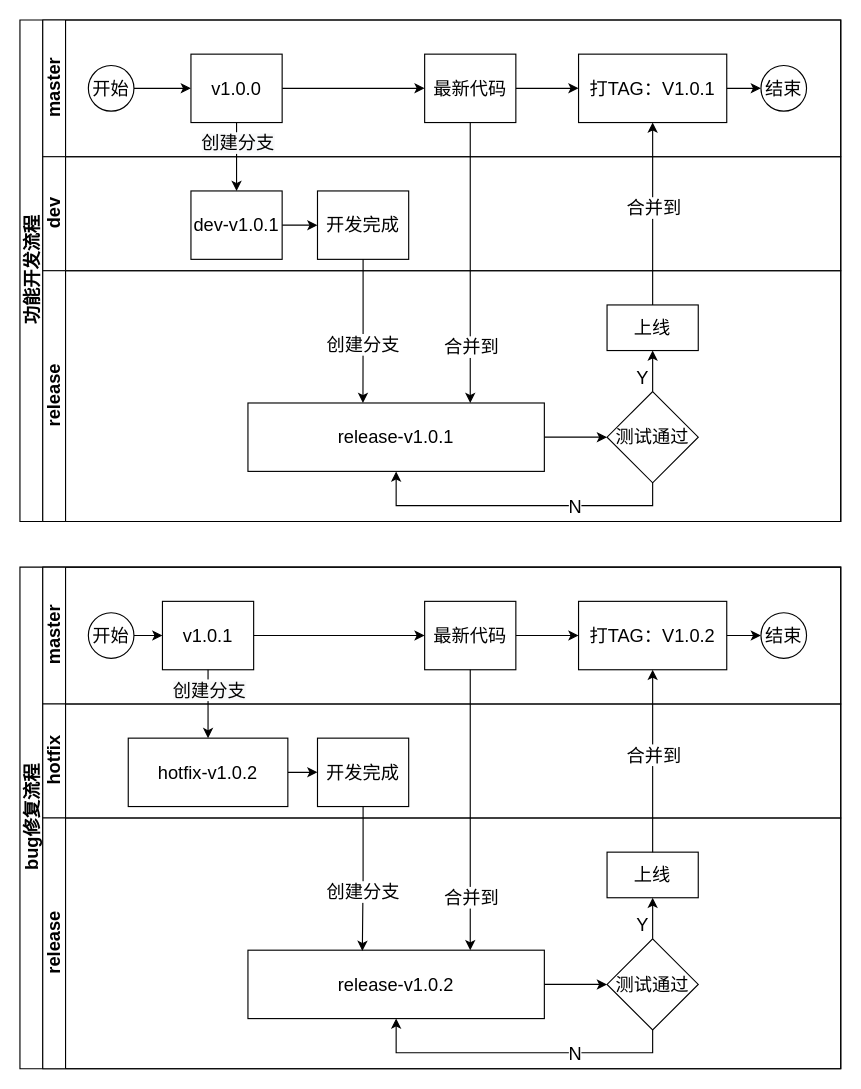
Before: page "git分支使用规范" (1 of 4) of 研发规范.drawio in aspojo/diagrams, a draw.io diagram. Source tidied: cells renumbered, new cells numbered last; positions are measured from the earlier drawing's top-left corner, leaving out a move shared by most shapes. Both pictures are drawn from the tidied source at 114%, with x=0, y=0 at pixel (19, 19).
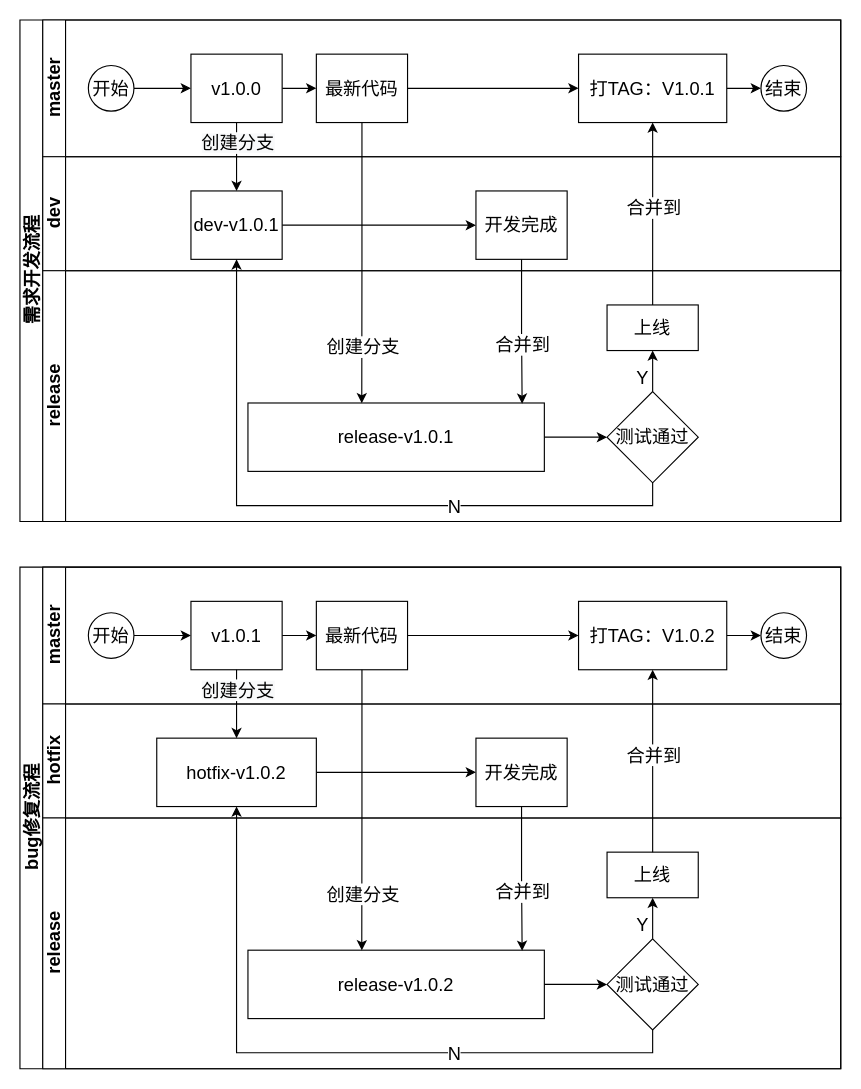
Above is the later version.

The change refers to these unchanged cells:
```xml
<mxCell id="3" value="master" style="swimlane;html=1;startSize=20;horizontal=0;fontSize=16;" parent="2" vertex="1">
  <mxGeometry x="20" width="700" height="120" as="geometry" />
</mxCell>
<mxCell id="13" value="dev" style="swimlane;html=1;startSize=20;horizontal=0;fontSize=16;" parent="2" vertex="1">
  <mxGeometry x="20" y="120" width="700" height="100" as="geometry" />
</mxCell>
<mxCell id="15" value="dev-v1.0.1" style="rounded=0;whiteSpace=wrap;html=1;fontFamily=Helvetica;fontSize=16;fontColor=#000000;align=center;" parent="13" vertex="1">
  <mxGeometry x="130" y="30" width="80" height="60" as="geometry" />
</mxCell>
<mxCell id="17" value="release" style="swimlane;html=1;startSize=20;horizontal=0;fontSize=16;" parent="2" vertex="1">
  <mxGeometry x="20" y="220" width="700" height="220" as="geometry" />
</mxCell>
<mxCell id="18" value="release-v1.0.1" style="rounded=0;whiteSpace=wrap;html=1;fontFamily=Helvetica;fontSize=16;fontColor=#000000;align=center;" parent="17" vertex="1">
  <mxGeometry x="180" y="116" width="260" height="60" as="geometry" />
</mxCell>
<mxCell id="19" value="测试通过" style="rhombus;whiteSpace=wrap;html=1;fontColor=#000000;rounded=0;fontSize=16;" parent="17" vertex="1">
  <mxGeometry x="495" y="106" width="80" height="80" as="geometry" />
</mxCell>
<mxCell id="34" value="bug修复流程" style="swimlane;html=1;horizontal=0;startSize=20;fontSize=16;" parent="1" vertex="1">
  <mxGeometry y="480" width="720" height="440" as="geometry" />
</mxCell>
<mxCell id="35" value="master" style="swimlane;html=1;startSize=20;horizontal=0;fontSize=16;" parent="34" vertex="1">
  <mxGeometry x="20" width="700" height="120" as="geometry" />
</mxCell>
<mxCell id="45" value="hotfix" style="swimlane;html=1;startSize=20;horizontal=0;fontSize=16;" parent="34" vertex="1">
  <mxGeometry x="20" y="120" width="700" height="100" as="geometry" />
</mxCell>
<mxCell id="49" value="release" style="swimlane;html=1;startSize=20;horizontal=0;fontSize=16;" parent="34" vertex="1">
  <mxGeometry x="20" y="220" width="700" height="220" as="geometry" />
</mxCell>
<mxCell id="50" value="release-v1.0.2" style="rounded=0;whiteSpace=wrap;html=1;fontFamily=Helvetica;fontSize=16;fontColor=#000000;align=center;" parent="49" vertex="1">
  <mxGeometry x="180" y="116" width="260" height="60" as="geometry" />
</mxCell>
<mxCell id="51" value="测试通过" style="rhombus;whiteSpace=wrap;html=1;fontColor=#000000;rounded=0;fontSize=16;" parent="49" vertex="1">
  <mxGeometry x="495" y="106" width="80" height="80" as="geometry" />
</mxCell>
```

What changed in the source:
```diff
@@
-    <mxCell id="2" value="功能开发流程" style="swimlane;html=1;horizontal=0;startSize=20;fontSize=16;" parent="1" vertex="1">
+    <mxCell id="2" value="需求开发流程" style="swimlane;html=1;horizontal=0;startSize=20;fontSize=16;" parent="1" vertex="1">
       <mxGeometry width="720" height="440" as="geometry" />
     </mxCell>
@@
     <mxCell id="12" value="最新代码" style="rounded=0;whiteSpace=wrap;html=1;fontFamily=Helvetica;fontSize=16;fontColor=#000000;align=center;" parent="3" vertex="1">
-      <mxGeometry x="335" y="30" width="80" height="60" as="geometry" />
+      <mxGeometry x="240" y="30" width="80" height="60" as="geometry" />
     </mxCell>
@@
     <mxCell id="16" value="开发完成" style="rounded=0;whiteSpace=wrap;html=1;fontFamily=Helvetica;fontSize=16;fontColor=#000000;align=center;" parent="13" vertex="1">
-      <mxGeometry x="241" y="30" width="80" height="60" as="geometry" />
+      <mxGeometry x="380" y="30" width="80" height="60" as="geometry" />
     </mxCell>
@@
-    <mxCell id="21" style="edgeStyle=orthogonalEdgeStyle;rounded=0;jettySize=auto;html=1;entryX=0.5;entryY=1;entryDx=0;entryDy=0;exitX=0.5;exitY=1;exitDx=0;exitDy=0;fontSize=16;" parent="17" edge="1" source="19" target="18">
-      <mxGeometry relative="1" as="geometry" />
-    </mxCell>
-    <mxCell id="22" value="N" style="edgeLabel;html=1;align=center;verticalAlign=middle;fontSize=16;" parent="21" vertex="1">
-      <mxGeometry x="-0.35" relative="1" as="geometry" />
-    </mxCell>
@@
-    <mxCell id="28" style="edgeStyle=orthogonalEdgeStyle;rounded=0;jettySize=auto;html=1;fontSize=16;exitX=0.5;exitY=1;exitDx=0;exitDy=0;entryX=0.388;entryY=0;entryDx=0;entryDy=0;entryPerimeter=0;" parent="2" edge="1" source="16" target="18">
+    <mxCell id="28" style="edgeStyle=orthogonalEdgeStyle;rounded=0;jettySize=auto;html=1;fontSize=16;exitX=0.5;exitY=1;exitDx=0;exitDy=0;entryX=0.925;entryY=0.01;entryDx=0;entryDy=0;entryPerimeter=0;" parent="2" edge="1" source="16" target="18">
       <mxGeometry relative="1" as="geometry" />
     </mxCell>
-    <mxCell id="29" value="创建分支" style="edgeLabel;html=1;align=center;verticalAlign=middle;fontSize=16;" parent="28" vertex="1">
+    <mxCell id="29" value="合并到" style="edgeLabel;html=1;align=center;verticalAlign=middle;fontSize=16;" parent="28" vertex="1">
       <mxGeometry x="0.23" relative="1" as="geometry">
         <mxPoint y="-3" as="offset" />
       </mxGeometry>
     </mxCell>
-    <mxCell id="30" style="edgeStyle=orthogonalEdgeStyle;rounded=0;jettySize=auto;html=1;fontSize=16;entryX=0.75;entryY=0;entryDx=0;entryDy=0;" parent="2" edge="1" source="12" target="18">
+    <mxCell id="30" style="edgeStyle=orthogonalEdgeStyle;rounded=0;jettySize=auto;html=1;fontSize=16;entryX=0.384;entryY=0.003;entryDx=0;entryDy=0;entryPerimeter=0;" parent="2" edge="1" source="12" target="18">
       <mxGeometry relative="1" as="geometry" />
     </mxCell>
-    <mxCell id="31" value="合并到" style="edgeLabel;html=1;align=center;verticalAlign=middle;fontSize=16;" parent="30" vertex="1">
+    <mxCell id="31" value="创建分支" style="edgeLabel;html=1;align=center;verticalAlign=middle;fontSize=16;" parent="30" vertex="1">
       <mxGeometry x="-0.88" y="1" relative="1" as="geometry">
         <mxPoint x="-1" y="181" as="offset" />
       </mxGeometry>
     </mxCell>
@@
+    <mxCell id="21" style="edgeStyle=orthogonalEdgeStyle;rounded=0;jettySize=auto;html=1;entryX=0.5;entryY=1;entryDx=0;entryDy=0;exitX=0.5;exitY=1;exitDx=0;exitDy=0;fontSize=16;" parent="2" edge="1" source="19" target="15">
+      <mxGeometry relative="1" as="geometry" />
+    </mxCell>
+    <mxCell id="22" value="N" style="edgeLabel;html=1;align=center;verticalAlign=middle;fontSize=16;" parent="21" vertex="1">
+      <mxGeometry x="-0.35" relative="1" as="geometry" />
+    </mxCell>
@@
     <mxCell id="39" value="v1.0.1" style="rounded=0;whiteSpace=wrap;html=1;fontFamily=Helvetica;fontSize=16;fontColor=#000000;align=center;" parent="35" vertex="1">
-      <mxGeometry x="105" y="30" width="80" height="60" as="geometry" />
+      <mxGeometry x="130" y="30" width="80" height="60" as="geometry" />
     </mxCell>
@@
     <mxCell id="44" value="最新代码" style="rounded=0;whiteSpace=wrap;html=1;fontFamily=Helvetica;fontSize=16;fontColor=#000000;align=center;" parent="35" vertex="1">
-      <mxGeometry x="335" y="30" width="80" height="60" as="geometry" />
+      <mxGeometry x="240" y="30" width="80" height="60" as="geometry" />
     </mxCell>
@@
     <mxCell id="47" value="hotfix-v1.0.2" style="rounded=0;whiteSpace=wrap;html=1;fontFamily=Helvetica;fontSize=16;fontColor=#000000;align=center;" parent="45" vertex="1">
-      <mxGeometry x="75" y="30" width="140" height="60" as="geometry" />
+      <mxGeometry x="100" y="30" width="140" height="60" as="geometry" />
     </mxCell>
     <mxCell id="48" value="开发完成" style="rounded=0;whiteSpace=wrap;html=1;fontFamily=Helvetica;fontSize=16;fontColor=#000000;align=center;" parent="45" vertex="1">
-      <mxGeometry x="241" y="30" width="80" height="60" as="geometry" />
+      <mxGeometry x="380" y="30" width="80" height="60" as="geometry" />
     </mxCell>
@@
-    <mxCell id="53" style="edgeStyle=orthogonalEdgeStyle;rounded=0;jettySize=auto;html=1;entryX=0.5;entryY=1;entryDx=0;entryDy=0;exitX=0.5;exitY=1;exitDx=0;exitDy=0;fontSize=16;" parent="49" edge="1" source="51" target="50">
-      <mxGeometry relative="1" as="geometry" />
-    </mxCell>
-    <mxCell id="54" value="N" style="edgeLabel;html=1;align=center;verticalAlign=middle;fontSize=16;" parent="53" vertex="1">
-      <mxGeometry x="-0.35" relative="1" as="geometry" />
-    </mxCell>
@@
-    <mxCell id="60" style="edgeStyle=orthogonalEdgeStyle;rounded=0;jettySize=auto;html=1;fontSize=16;exitX=0.5;exitY=1;exitDx=0;exitDy=0;entryX=0.386;entryY=0.011;entryDx=0;entryDy=0;entryPerimeter=0;" parent="34" edge="1" source="48" target="50">
+    <mxCell id="60" style="edgeStyle=orthogonalEdgeStyle;rounded=0;jettySize=auto;html=1;fontSize=16;exitX=0.5;exitY=1;exitDx=0;exitDy=0;entryX=0.925;entryY=0.01;entryDx=0;entryDy=0;entryPerimeter=0;" parent="34" edge="1" source="48" target="50">
       <mxGeometry relative="1" as="geometry" />
     </mxCell>
-    <mxCell id="61" value="创建分支" style="edgeLabel;html=1;align=center;verticalAlign=middle;fontSize=16;" parent="60" vertex="1">
+    <mxCell id="61" value="合并到" style="edgeLabel;html=1;align=center;verticalAlign=middle;fontSize=16;" parent="60" vertex="1">
       <mxGeometry x="0.23" relative="1" as="geometry">
         <mxPoint y="-3" as="offset" />
       </mxGeometry>
     </mxCell>
-    <mxCell id="62" style="edgeStyle=orthogonalEdgeStyle;rounded=0;jettySize=auto;html=1;fontSize=16;entryX=0.75;entryY=0;entryDx=0;entryDy=0;" parent="34" edge="1" source="44" target="50">
+    <mxCell id="62" style="edgeStyle=orthogonalEdgeStyle;rounded=0;jettySize=auto;html=1;fontSize=16;entryX=0.384;entryY=0.003;entryDx=0;entryDy=0;entryPerimeter=0;" parent="34" edge="1" source="44" target="50">
       <mxGeometry relative="1" as="geometry" />
     </mxCell>
-    <mxCell id="63" value="&lt;font style=&quot;font-size: 16px;&quot;&gt;合并到&lt;/font&gt;" style="edgeLabel;html=1;align=center;verticalAlign=middle;" parent="62" vertex="1">
-      <mxGeometry x="0.62" relative="1" as="geometry" />
-    </mxCell>
+    <mxCell id="66" value="创建分支" style="edgeLabel;html=1;align=center;verticalAlign=middle;fontSize=16;" parent="62" vertex="1">
+      <mxGeometry x="-0.88" y="1" relative="1" as="geometry">
+        <mxPoint x="-1" y="181" as="offset" />
+      </mxGeometry>
+    </mxCell>
@@
+    <mxCell id="53" style="edgeStyle=orthogonalEdgeStyle;rounded=0;jettySize=auto;html=1;exitX=0.5;exitY=1;exitDx=0;exitDy=0;fontSize=16;" parent="34" edge="1" source="51" target="47">
+      <mxGeometry relative="1" as="geometry" />
+    </mxCell>
+    <mxCell id="54" value="N" style="edgeLabel;html=1;align=center;verticalAlign=middle;fontSize=16;" parent="53" vertex="1">
+      <mxGeometry x="-0.35" relative="1" as="geometry" />
+    </mxCell>
```
